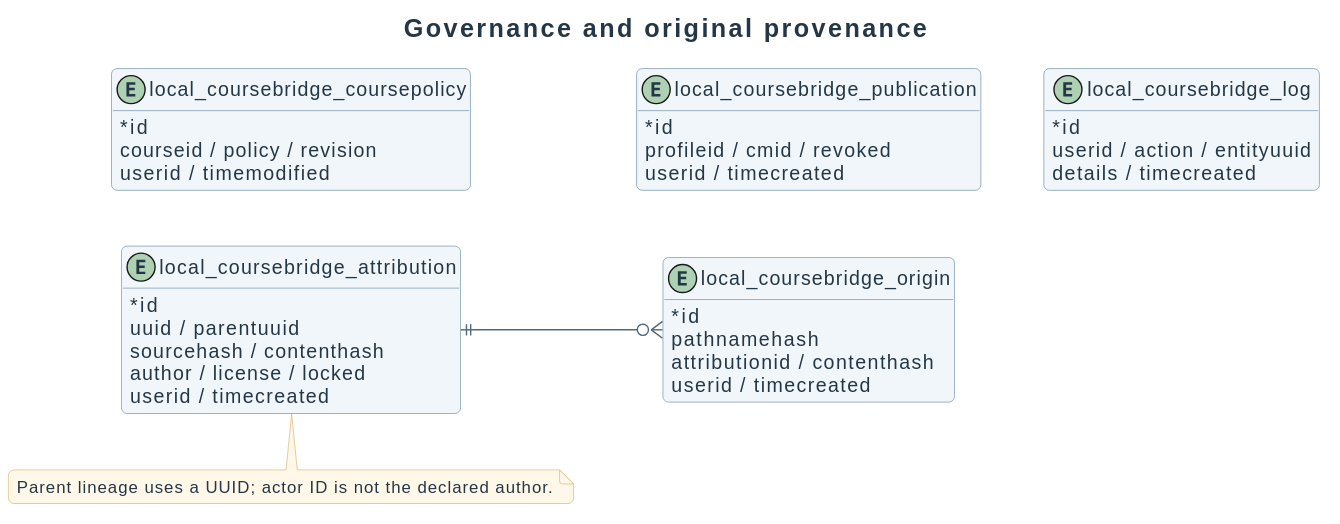
Above: docs/diagrams/design/attribution-data-model.svg in didactika/moodle-local_coursefiles (PlantUML), before the change.
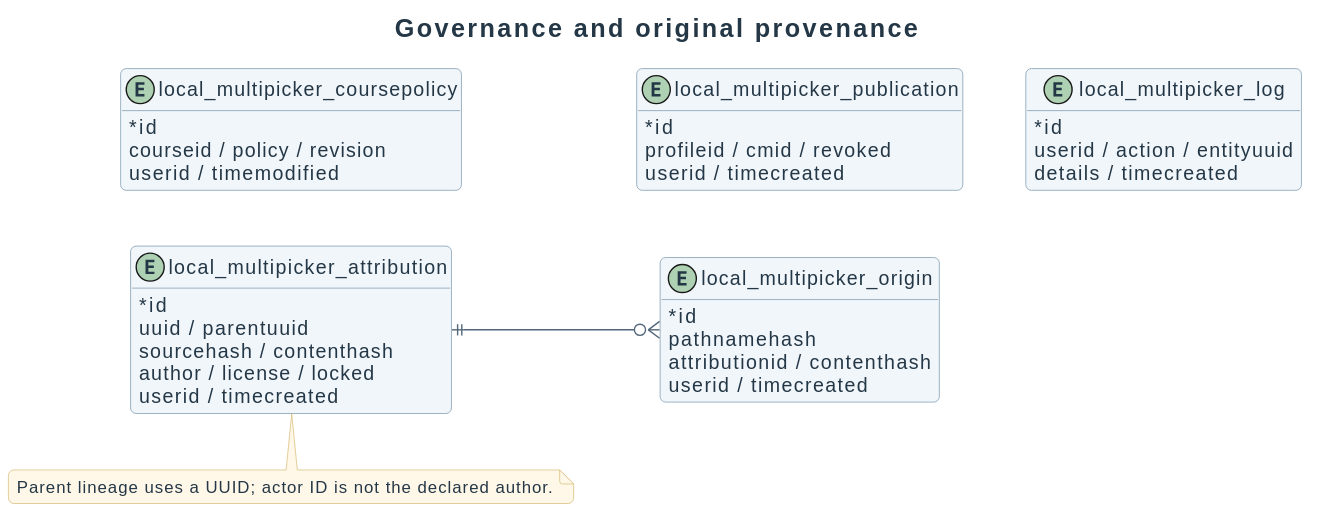
Above is the later version.

What changed in the source:
```diff
@@ -3,7 +3,7 @@
 title Governance and original provenance
 left to right direction
 hide methods
-entity "local_coursebridge_attribution" as attribution {
+entity "local_multipicker_attribution" as attribution {
   * id
   uuid / parentuuid
   sourcehash / contenthash
@@ -11,26 +11,26 @@
   userid / timecreated
 }
 
-entity "local_coursebridge_origin" as origin {
+entity "local_multipicker_origin" as origin {
   * id
   pathnamehash
   attributionid / contenthash
   userid / timecreated
 }
 
-entity "local_coursebridge_coursepolicy" as coursepolicy {
+entity "local_multipicker_coursepolicy" as coursepolicy {
   * id
   courseid / policy / revision
   userid / timemodified
 }
 
-entity "local_coursebridge_publication" as publication {
+entity "local_multipicker_publication" as publication {
   * id
   profileid / cmid / revoked
   userid / timecreated
 }
 
-entity "local_coursebridge_log" as log {
+entity "local_multipicker_log" as log {
   * id
   userid / action / entityuuid
   details / timecreated
```
